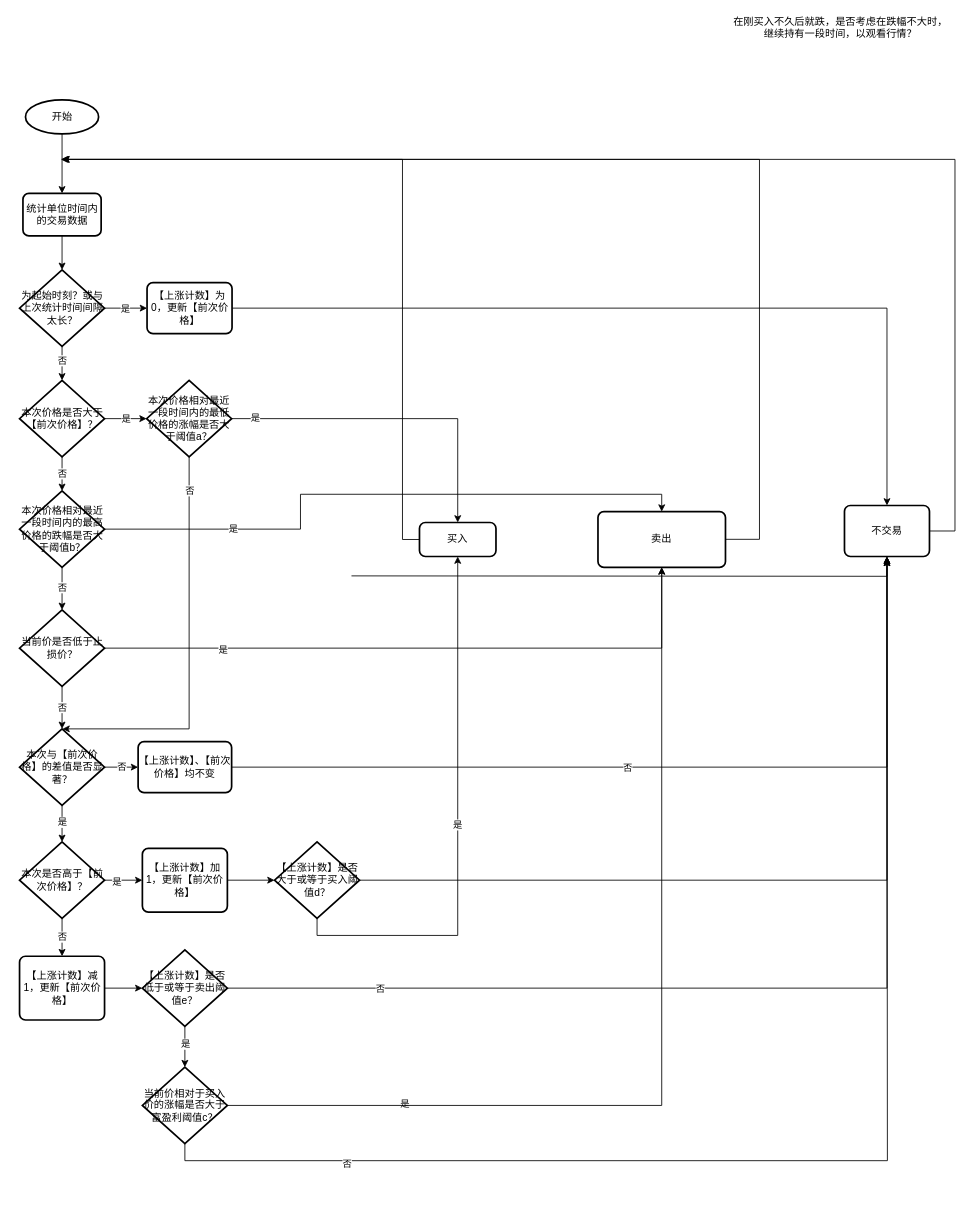
Before: net-count-trading.drawio in haycheng/draw.io, a draw.io diagram. Source tidied: cells renumbered, new cells numbered last; positions are measured from the earlier drawing's top-left corner, leaving out a move shared by most shapes. Both pictures are drawn from the tidied source at 85%, with x=0, y=0 at pixel (20, 14).
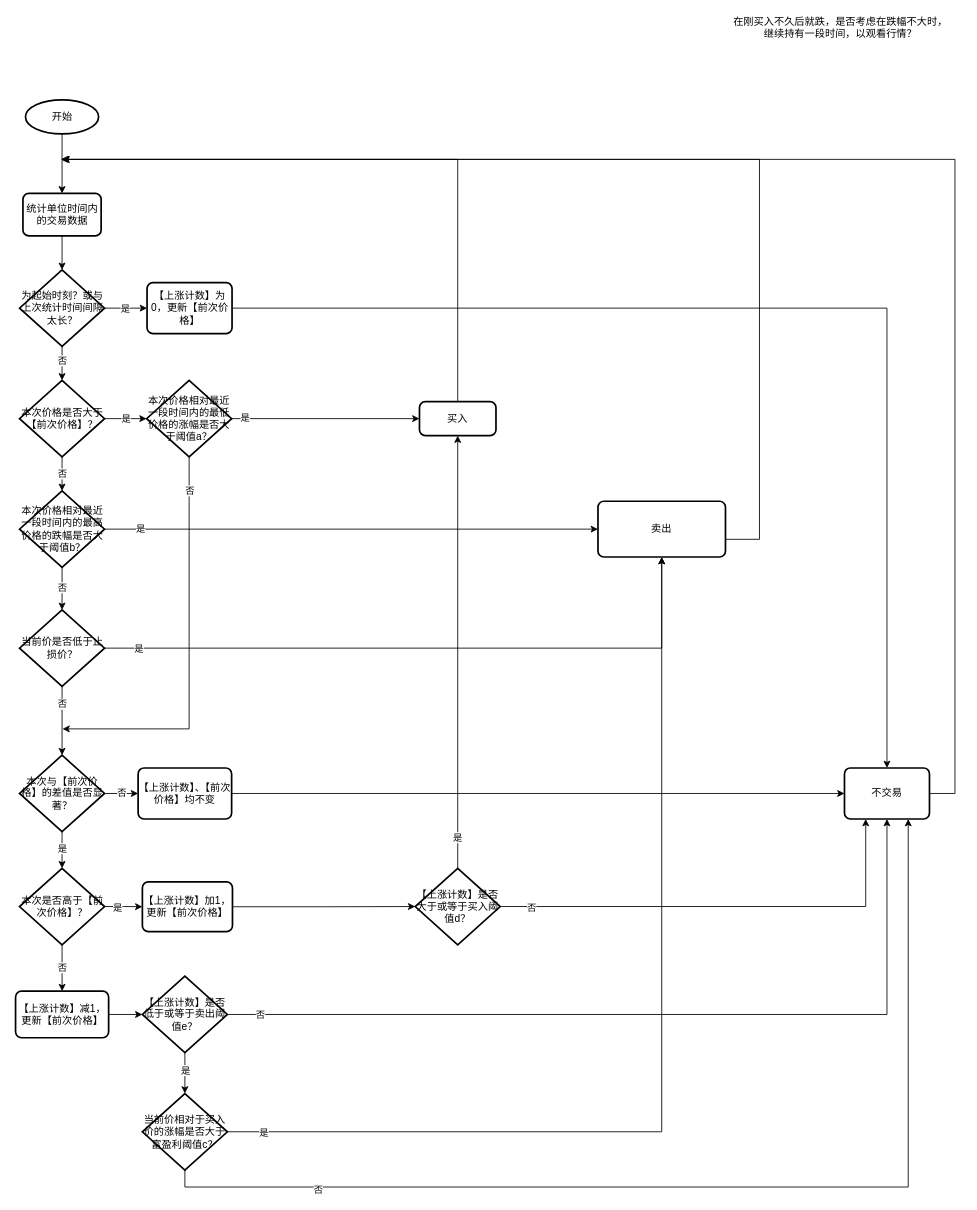
The same diagram, later.

Unchanged cells that the change refers to:
```xml
<mxCell id="53" value="本次价格相对最近一段时间内的最低价格的涨幅是否大于阈值a？" style="strokeWidth=2;html=1;shape=mxgraph.flowchart.decision;whiteSpace=wrap;" parent="1" vertex="1">
  <mxGeometry x="149" y="430" width="100" height="90" as="geometry" />
</mxCell>
<mxCell id="57" value="本次价格相对最近一段时间内的最高价格的跌幅是否大于阈值b？" style="strokeWidth=2;html=1;shape=mxgraph.flowchart.decision;whiteSpace=wrap;" parent="1" vertex="1">
  <mxGeometry x="-0.5" y="560" width="100" height="90" as="geometry" />
</mxCell>
<mxCell id="62" style="edgeStyle=orthogonalEdgeStyle;rounded=0;jettySize=auto;html=1;exitX=0.5;exitY=1;exitDx=0;exitDy=0;exitPerimeter=0;" parent="1" edge="1" source="66" target="18">
  <mxGeometry relative="1" as="geometry" />
</mxCell>
<mxCell id="64" style="edgeStyle=orthogonalEdgeStyle;rounded=0;jettySize=auto;html=1;exitX=1;exitY=0.5;exitDx=0;exitDy=0;exitPerimeter=0;entryX=0.5;entryY=1;entryDx=0;entryDy=0;" parent="1" edge="1" source="66" target="40">
  <mxGeometry relative="1" as="geometry" />
</mxCell>
```

The edit, as a diff of the source:
```diff
@@
     <mxCell id="11" style="edgeStyle=orthogonalEdgeStyle;rounded=0;jettySize=auto;html=1;exitX=1;exitY=0.5;exitDx=0;exitDy=0;" parent="1" edge="1" source="14">
       <mxGeometry relative="1" as="geometry">
         <mxPoint x="49.5" y="170" as="targetPoint" />
         <Array as="points">
-          <mxPoint x="1100" y="607" />
+          <mxPoint x="1100" y="916" />
           <mxPoint x="1100" y="170" />
         </Array>
       </mxGeometry>
     </mxCell>
@@
     <mxCell id="14" value="不交易" style="rounded=1;whiteSpace=wrap;html=1;absoluteArcSize=1;arcSize=14;strokeWidth=2;" parent="1" vertex="1">
-      <mxGeometry x="970" y="577.2" width="100" height="60" as="geometry" />
+      <mxGeometry x="970" y="886" width="100" height="60" as="geometry" />
     </mxCell>
@@
     <mxCell id="18" value="本次与【前次价格】的差值是否显著？" style="strokeWidth=2;html=1;shape=mxgraph.flowchart.decision;whiteSpace=wrap;" parent="1" vertex="1">
-      <mxGeometry x="-0.5" y="840" width="100" height="90" as="geometry" />
+      <mxGeometry x="-0.5" y="871" width="100" height="90" as="geometry" />
     </mxCell>
     <mxCell id="19" value="【上涨计数】、【前次价格】均不变" style="rounded=1;whiteSpace=wrap;html=1;absoluteArcSize=1;arcSize=14;strokeWidth=2;" parent="1" vertex="1">
-      <mxGeometry x="139" y="855" width="110" height="60" as="geometry" />
+      <mxGeometry x="139" y="886" width="110" height="60" as="geometry" />
     </mxCell>
@@
     <mxCell id="23" value="本次是否高于【前次价格】？" style="strokeWidth=2;html=1;shape=mxgraph.flowchart.decision;whiteSpace=wrap;" parent="1" vertex="1">
-      <mxGeometry x="-0.5" y="973" width="100" height="90" as="geometry" />
+      <mxGeometry x="-0.5" y="1004" width="100" height="90" as="geometry" />
     </mxCell>
@@
     <mxCell id="25" value="【上涨计数】加1，更新【前次价格】" style="rounded=1;whiteSpace=wrap;html=1;absoluteArcSize=1;arcSize=14;strokeWidth=2;" parent="1" vertex="1">
-      <mxGeometry x="144" y="980.5" width="100" height="75" as="geometry" />
+      <mxGeometry x="144" y="1020" width="106" height="58.5" as="geometry" />
     </mxCell>
-    <mxCell id="26" style="edgeStyle=orthogonalEdgeStyle;rounded=0;jettySize=auto;html=1;exitX=1;exitY=0.5;exitDx=0;exitDy=0;exitPerimeter=0;entryX=0.5;entryY=1;entryDx=0;entryDy=0;" parent="1" edge="1" source="29" target="14">
+    <mxCell id="26" style="edgeStyle=orthogonalEdgeStyle;rounded=0;jettySize=auto;html=1;exitX=1;exitY=0.5;exitDx=0;exitDy=0;exitPerimeter=0;entryX=0.25;entryY=1;entryDx=0;entryDy=0;" parent="1" edge="1" source="29" target="14">
       <mxGeometry relative="1" as="geometry">
         <Array as="points">
-          <mxPoint x="1020" y="1018" />
+          <mxPoint x="995" y="1049" />
         </Array>
       </mxGeometry>
     </mxCell>
-    <mxCell id="27" value="是" style="edgeLabel;html=1;align=center;verticalAlign=middle;" parent="26" vertex="1">
-      <mxGeometry x="-0.26" y="-1" relative="1" as="geometry">
-        <mxPoint x="-317" y="261" as="offset" />
-      </mxGeometry>
-    </mxCell>
+    <mxCell id="38" value="否" style="edgeLabel;html=1;align=center;verticalAlign=middle;" parent="26" vertex="1">
+      <mxGeometry x="-0.92" y="-1" relative="1" as="geometry">
+        <mxPoint x="15" as="offset" />
+      </mxGeometry>
+    </mxCell>
-    <mxCell id="28" value="是" style="edgeStyle=orthogonalEdgeStyle;rounded=0;jettySize=auto;html=1;exitX=0.5;exitY=1;exitDx=0;exitDy=0;exitPerimeter=0;" parent="1" edge="1" source="29" target="31">
-      <mxGeometry relative="1" as="geometry" />
+    <mxCell id="28" value="是" style="edgeStyle=orthogonalEdgeStyle;rounded=0;jettySize=auto;html=1;exitX=0.5;exitY=0;exitDx=0;exitDy=0;exitPerimeter=0;" parent="1" edge="1" source="29" target="31">
+      <mxGeometry x="-0.86" relative="1" as="geometry">
+        <Array as="points">
+          <mxPoint x="515" y="940" />
+          <mxPoint x="515" y="940" />
+        </Array>
+      </mxGeometry>
     </mxCell>
     <mxCell id="29" value="【上涨计数】是否大于或等于买入阈值d？" style="strokeWidth=2;html=1;shape=mxgraph.flowchart.decision;whiteSpace=wrap;" parent="1" vertex="1">
-      <mxGeometry x="299.5" y="973" width="100" height="90" as="geometry" />
+      <mxGeometry x="465" y="1004" width="100" height="90" as="geometry" />
     </mxCell>
-    <mxCell id="30" style="edgeStyle=orthogonalEdgeStyle;rounded=0;jettySize=auto;html=1;exitX=0;exitY=0.5;exitDx=0;exitDy=0;" parent="1" edge="1" source="31">
+    <mxCell id="30" style="edgeStyle=orthogonalEdgeStyle;rounded=0;jettySize=auto;html=1;exitX=0.5;exitY=0;exitDx=0;exitDy=0;" parent="1" edge="1" source="31">
       <mxGeometry relative="1" as="geometry">
         <mxPoint x="48" y="170" as="targetPoint" />
         <Array as="points">
-          <mxPoint x="450" y="617" />
-          <mxPoint x="450" y="170" />
+          <mxPoint x="515" y="170" />
         </Array>
       </mxGeometry>
     </mxCell>
     <mxCell id="31" value="买入" style="rounded=1;whiteSpace=wrap;html=1;absoluteArcSize=1;arcSize=14;strokeWidth=2;" parent="1" vertex="1">
-      <mxGeometry x="470" y="597.2" width="90" height="40" as="geometry" />
+      <mxGeometry x="470" y="455" width="90" height="40" as="geometry" />
     </mxCell>
-    <mxCell id="32" style="edgeStyle=orthogonalEdgeStyle;rounded=0;jettySize=auto;html=1;exitX=1;exitY=0.5;exitDx=0;exitDy=0;exitPerimeter=0;" parent="1" edge="1" source="44">
+    <mxCell id="32" style="edgeStyle=orthogonalEdgeStyle;rounded=0;jettySize=auto;html=1;exitX=1;exitY=0.5;exitDx=0;exitDy=0;exitPerimeter=0;entryX=0.5;entryY=1;entryDx=0;entryDy=0;" parent="1" edge="1" source="44" target="14">
       <mxGeometry relative="1" as="geometry">
-        <mxPoint x="1020" y="640" as="targetPoint" />
         <Array as="points">
-          <mxPoint x="1020" y="1145" />
+          <mxPoint x="1020" y="1176" />
         </Array>
       </mxGeometry>
     </mxCell>
     <mxCell id="33" value="否" style="edgeLabel;html=1;align=center;verticalAlign=middle;" parent="32" vertex="1">
       <mxGeometry x="-0.78" relative="1" as="geometry">
-        <mxPoint x="38" as="offset" />
+        <mxPoint x="-73" as="offset" />
       </mxGeometry>
     </mxCell>
@@
     <mxCell id="35" value="【上涨计数】减1，更新【前次价格】" style="rounded=1;whiteSpace=wrap;html=1;absoluteArcSize=1;arcSize=14;strokeWidth=2;" parent="1" vertex="1">
-      <mxGeometry x="-0.5" y="1107.5" width="100" height="75" as="geometry" />
+      <mxGeometry x="-5.2" y="1148.6" width="109.5" height="54.8" as="geometry" />
     </mxCell>
     <mxCell id="36" style="edgeStyle=orthogonalEdgeStyle;rounded=0;jettySize=auto;html=1;exitX=1;exitY=0.5;exitDx=0;exitDy=0;exitPerimeter=0;entryX=0.5;entryY=1;entryDx=0;entryDy=0;" parent="1" edge="1" source="60" target="40">
-      <mxGeometry relative="1" as="geometry" />
+      <mxGeometry relative="1" as="geometry">
+        <Array as="points">
+          <mxPoint x="755" y="1314" />
+        </Array>
+      </mxGeometry>
     </mxCell>
+    <mxCell id="27" value="是" style="edgeLabel;html=1;align=center;verticalAlign=middle;" parent="36" vertex="1">
+      <mxGeometry x="-0.93" relative="1" as="geometry" />
+    </mxCell>
-    <mxCell id="37" style="edgeStyle=orthogonalEdgeStyle;rounded=0;jettySize=auto;html=1;exitX=1;exitY=0.5;exitDx=0;exitDy=0;" parent="1" edge="1" source="19" target="14">
+    <mxCell id="37" style="edgeStyle=orthogonalEdgeStyle;rounded=0;jettySize=auto;html=1;exitX=1;exitY=0.5;exitDx=0;exitDy=0;entryX=0;entryY=0.5;entryDx=0;entryDy=0;" parent="1" edge="1" source="19" target="14">
       <mxGeometry relative="1" as="geometry">
         <Array as="points">
-          <mxPoint x="1020" y="885" />
+          <mxPoint x="940" y="916" />
+          <mxPoint x="940" y="916" />
         </Array>
       </mxGeometry>
     </mxCell>
-    <mxCell id="38" value="否" style="edgeLabel;html=1;align=center;verticalAlign=middle;" parent="37" vertex="1">
-      <mxGeometry x="-0.09" relative="1" as="geometry">
-        <mxPoint x="1" as="offset" />
-      </mxGeometry>
-    </mxCell>
@@
     <mxCell id="40" value="卖出" style="rounded=1;whiteSpace=wrap;html=1;absoluteArcSize=1;arcSize=14;strokeWidth=2;" parent="1" vertex="1">
-      <mxGeometry x="680" y="584.4" width="150" height="65.6" as="geometry" />
+      <mxGeometry x="680" y="572.2" width="150" height="65.6" as="geometry" />
     </mxCell>
@@
     <mxCell id="44" value="【上涨计数】是否低于或等于卖出阈值e？" style="strokeWidth=2;html=1;shape=mxgraph.flowchart.decision;whiteSpace=wrap;" parent="1" vertex="1">
-      <mxGeometry x="144" y="1100" width="100" height="90" as="geometry" />
+      <mxGeometry x="144" y="1131" width="100" height="90" as="geometry" />
     </mxCell>
@@
-    <mxCell id="49" style="edgeStyle=orthogonalEdgeStyle;rounded=0;jettySize=auto;html=1;exitX=1;exitY=0.5;exitDx=0;exitDy=0;exitPerimeter=0;entryX=0.5;entryY=0;entryDx=0;entryDy=0;" parent="1" edge="1" source="53" target="31">
+    <mxCell id="49" style="edgeStyle=orthogonalEdgeStyle;rounded=0;jettySize=auto;html=1;exitX=1;exitY=0.5;exitDx=0;exitDy=0;exitPerimeter=0;entryX=0;entryY=0.5;entryDx=0;entryDy=0;" parent="1" edge="1" source="53" target="31">
       <mxGeometry relative="1" as="geometry" />
     </mxCell>
@@
-    <mxCell id="56" value="是" style="edgeStyle=orthogonalEdgeStyle;rounded=0;jettySize=auto;html=1;exitX=1;exitY=0.5;exitDx=0;exitDy=0;exitPerimeter=0;entryX=0.5;entryY=0;entryDx=0;entryDy=0;" parent="1" edge="1" source="57" target="40">
-      <mxGeometry x="-0.58" relative="1" as="geometry">
+    <mxCell id="56" value="是" style="edgeStyle=orthogonalEdgeStyle;rounded=0;jettySize=auto;html=1;exitX=1;exitY=0.5;exitDx=0;exitDy=0;exitPerimeter=0;entryX=0;entryY=0.5;entryDx=0;entryDy=0;" parent="1" edge="1" source="57" target="40">
+      <mxGeometry x="-0.86" relative="1" as="geometry">
         <Array as="points">
-          <mxPoint x="330" y="605" />
-          <mxPoint x="330" y="564" />
-          <mxPoint x="755" y="564" />
+          <mxPoint x="500" y="605" />
+          <mxPoint x="500" y="605" />
         </Array>
+        <mxPoint x="1" as="offset" />
       </mxGeometry>
     </mxCell>
@@
-    <mxCell id="58" style="edgeStyle=orthogonalEdgeStyle;rounded=0;jettySize=auto;html=1;exitX=0.5;exitY=1;exitDx=0;exitDy=0;exitPerimeter=0;" parent="1" edge="1" source="60">
+    <mxCell id="58" style="edgeStyle=orthogonalEdgeStyle;rounded=0;jettySize=auto;html=1;exitX=0.5;exitY=1;exitDx=0;exitDy=0;exitPerimeter=0;entryX=0.75;entryY=1;entryDx=0;entryDy=0;" parent="1" edge="1" source="60" target="14">
       <mxGeometry relative="1" as="geometry">
-        <mxPoint x="1020" y="640" as="targetPoint" />
+        <Array as="points">
+          <mxPoint x="194" y="1379" />
+          <mxPoint x="1045" y="1379" />
+        </Array>
       </mxGeometry>
     </mxCell>
@@
     <mxCell id="60" value="当前价相对于买入价的涨幅是否大于富盈利阈值c？" style="strokeWidth=2;html=1;shape=mxgraph.flowchart.decision;whiteSpace=wrap;" parent="1" vertex="1">
-      <mxGeometry x="144" y="1238" width="100" height="90" as="geometry" />
+      <mxGeometry x="144" y="1269" width="100" height="90" as="geometry" />
     </mxCell>
-    <mxCell id="61" style="edgeStyle=orthogonalEdgeStyle;rounded=0;jettySize=auto;html=1;entryX=0.5;entryY=1;entryDx=0;entryDy=0;" parent="1" edge="1" target="14">
-      <mxGeometry relative="1" as="geometry">
-        <mxPoint x="390" y="660" as="sourcePoint" />
-      </mxGeometry>
-    </mxCell>
@@
     <mxCell id="63" value="否" style="edgeLabel;html=1;align=center;verticalAlign=middle;" parent="62" vertex="1">
-      <mxGeometry x="-0.03" relative="1" as="geometry" />
+      <mxGeometry x="-0.03" relative="1" as="geometry">
+        <mxPoint y="-19" as="offset" />
+      </mxGeometry>
     </mxCell>
@@
     <mxCell id="65" value="是" style="edgeLabel;html=1;align=center;verticalAlign=middle;" parent="64" vertex="1">
-      <mxGeometry x="-0.63" y="-1" relative="1" as="geometry" />
+      <mxGeometry x="-0.63" y="-1" relative="1" as="geometry">
+        <mxPoint x="-101" y="-1" as="offset" />
+      </mxGeometry>
     </mxCell>
```
